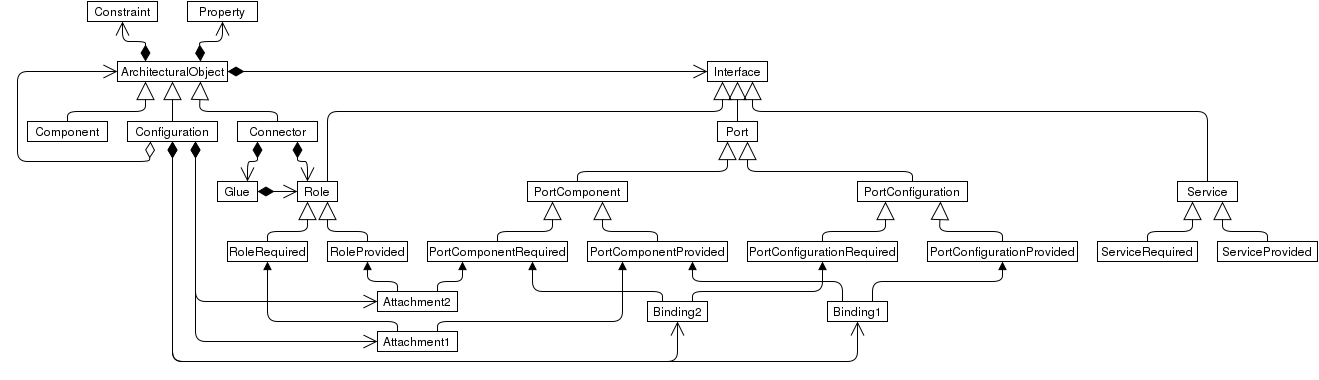
Giraudux/EnFoLa keeps this draw.io diagram as doc/M2.png. Above is the earlier version. Source tidied: cells renumbered, new cells last; positions are measured from the earlier drawing's top-left corner, leaving out a move shared by most shapes.
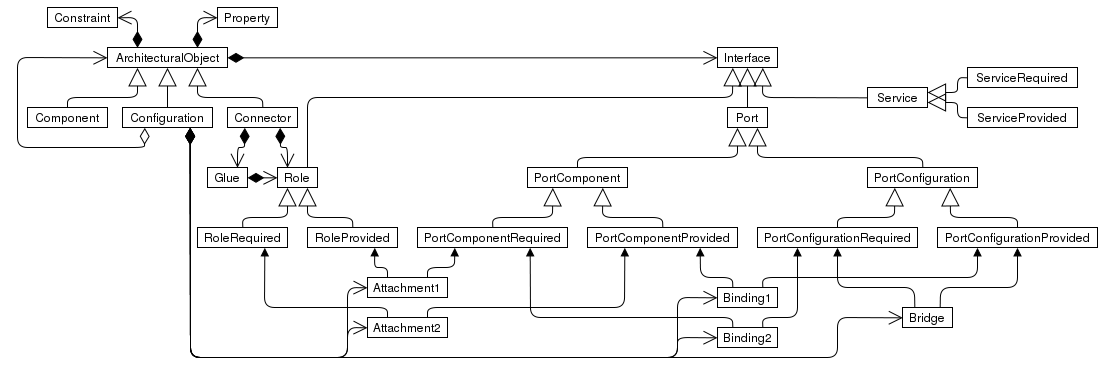
The same file after the commit.

Commit message:
update M2 diagram (add Bridge)

Change to the diagram source:
```diff
@@ -5,21 +5,21 @@
     <mxCell id="2" value="ArchitecturalObject&lt;br&gt;" style="html=1;" parent="1" vertex="1">
-      <mxGeometry x="100" y="60" width="110" height="20" as="geometry" />
+      <mxGeometry x="100" y="60" width="120" height="20" as="geometry" />
     </mxCell>
     <mxCell id="3" value="Component&lt;br&gt;" style="html=1;" parent="1" vertex="1">
-      <mxGeometry x="10" y="120" width="80" height="20" as="geometry" />
+      <mxGeometry x="20" y="120" width="80" height="20" as="geometry" />
     </mxCell>
     <mxCell id="4" value="Connector&lt;br&gt;" style="html=1;" parent="1" vertex="1">
-      <mxGeometry x="220" y="120" width="80" height="20" as="geometry" />
+      <mxGeometry x="220" y="120" width="70" height="20" as="geometry" />
     </mxCell>
     <mxCell id="5" value="Property" style="html=1;" parent="1" vertex="1">
-      <mxGeometry x="170" width="70" height="20" as="geometry" />
+      <mxGeometry x="210" y="20" width="60" height="20" as="geometry" />
     </mxCell>
     <mxCell id="6" value="Constraint" style="html=1;" parent="1" vertex="1">
-      <mxGeometry x="70" width="70" height="20" as="geometry" />
+      <mxGeometry x="40" y="20" width="70" height="20" as="geometry" />
     </mxCell>
     <mxCell id="7" value="Configuration&lt;br&gt;" style="html=1;" parent="1" vertex="1">
-      <mxGeometry x="110" y="120" width="90" height="20" as="geometry" />
+      <mxGeometry x="115" y="120" width="90" height="20" as="geometry" />
     </mxCell>
     <mxCell id="8" value="Interface&lt;br&gt;" style="html=1;" parent="1" vertex="1">
-      <mxGeometry x="690" y="60" width="60" height="20" as="geometry" />
+      <mxGeometry x="710" y="60" width="60" height="20" as="geometry" />
     </mxCell>
@@ -29,39 +29,39 @@
     <mxCell id="10" value="Role&lt;br&gt;" style="html=1;" parent="1" vertex="1">
-      <mxGeometry x="280" y="180" width="40" height="20" as="geometry" />
+      <mxGeometry x="270" y="180" width="40" height="20" as="geometry" />
     </mxCell>
     <mxCell id="11" value="RoleRequired" style="html=1;" parent="1" vertex="1">
-      <mxGeometry x="210" y="240" width="80" height="20" as="geometry" />
+      <mxGeometry x="190" y="240" width="90" height="20" as="geometry" />
     </mxCell>
     <mxCell id="12" value="RoleProvided" style="html=1;" parent="1" vertex="1">
-      <mxGeometry x="310" y="240" width="80" height="20" as="geometry" />
+      <mxGeometry x="300" y="240" width="90" height="20" as="geometry" />
     </mxCell>
     <mxCell id="13" value="Port" style="html=1;" parent="1" vertex="1">
-      <mxGeometry x="700" y="120" width="40" height="20" as="geometry" />
+      <mxGeometry x="720" y="120" width="40" height="20" as="geometry" />
     </mxCell>
     <mxCell id="14" value="PortComponent" style="html=1;" parent="1" vertex="1">
-      <mxGeometry x="510" y="180" width="100" height="20" as="geometry" />
+      <mxGeometry x="520" y="180" width="100" height="20" as="geometry" />
     </mxCell>
     <mxCell id="15" value="PortConfiguration" style="html=1;" parent="1" vertex="1">
-      <mxGeometry x="840" y="180" width="110" height="20" as="geometry" />
+      <mxGeometry x="860" y="180" width="110" height="20" as="geometry" />
     </mxCell>
     <mxCell id="16" value="PortComponentRequired" style="html=1;" parent="1" vertex="1">
-      <mxGeometry x="410" y="240" width="140" height="20" as="geometry" />
+      <mxGeometry x="410" y="240" width="150" height="20" as="geometry" />
     </mxCell>
     <mxCell id="17" value="PortComponentProvided" style="html=1;" parent="1" vertex="1">
-      <mxGeometry x="570" y="240" width="140" height="20" as="geometry" />
+      <mxGeometry x="580" y="240" width="150" height="20" as="geometry" />
     </mxCell>
     <mxCell id="18" value="PortConfigurationRequired" style="html=1;" parent="1" vertex="1">
-      <mxGeometry x="730" y="240" width="150" height="20" as="geometry" />
+      <mxGeometry x="750" y="240" width="160" height="20" as="geometry" />
     </mxCell>
     <mxCell id="19" value="PortConfigurationProvided" style="html=1;" parent="1" vertex="1">
-      <mxGeometry x="910" y="240" width="150" height="20" as="geometry" />
+      <mxGeometry x="930" y="240" width="160" height="20" as="geometry" />
     </mxCell>
     <mxCell id="20" value="Service" style="html=1;" parent="1" vertex="1">
-      <mxGeometry x="1160" y="180" width="60" height="20" as="geometry" />
+      <mxGeometry x="860" y="100" width="60" height="20" as="geometry" />
     </mxCell>
     <mxCell id="21" value="ServiceRequired" style="html=1;" parent="1" vertex="1">
-      <mxGeometry x="1080" y="240" width="100" height="20" as="geometry" />
+      <mxGeometry x="960" y="80" width="110" height="20" as="geometry" />
     </mxCell>
     <mxCell id="22" value="ServiceProvided" style="html=1;" parent="1" vertex="1">
-      <mxGeometry x="1200" y="240" width="100" height="20" as="geometry" />
+      <mxGeometry x="960" y="120" width="110" height="20" as="geometry" />
     </mxCell>
@@ -70,4 +70,4 @@
         <Array as="points">
-          <mxPoint x="50" y="110" />
-          <mxPoint x="128" y="110" />
+          <mxPoint x="60" y="110" />
+          <mxPoint x="130" y="110" />
         </Array>
@@ -78,4 +78,4 @@
         <Array as="points">
-          <mxPoint x="260" y="110" />
-          <mxPoint x="182" y="110" />
+          <mxPoint x="255" y="110" />
+          <mxPoint x="190" y="110" />
         </Array>
@@ -86,4 +86,4 @@
         <Array as="points">
-          <mxPoint x="310" y="110" />
-          <mxPoint x="705" y="110" />
+          <mxPoint x="300" y="110" />
+          <mxPoint x="725" y="110" />
         </Array>
@@ -94,7 +94,6 @@
     </mxCell>
-    <mxCell id="27" style="endArrow=block;endSize=16;endFill=0;html=1;entryX=0.75;entryY=1;exitX=0.5;exitY=0;" parent="1" edge="1" source="20" target="8">
+    <mxCell id="27" style="endArrow=block;endSize=16;endFill=0;html=1;entryX=0.75;entryY=1;exitX=0;exitY=0.5;" parent="1" edge="1" source="20" target="8">
       <mxGeometry relative="1" as="geometry">
         <Array as="points">
-          <mxPoint x="1190" y="110" />
-          <mxPoint x="735" y="110" />
+          <mxPoint x="755" y="110" />
         </Array>
@@ -105,3 +104,3 @@
         <Array as="points">
-          <mxPoint x="240" y="160" />
+          <mxPoint x="237" y="160" />
           <mxPoint x="230" y="160" />
@@ -113,4 +112,4 @@
         <Array as="points">
+          <mxPoint x="273" y="160" />
           <mxPoint x="280" y="160" />
-          <mxPoint x="290" y="160" />
         </Array>
@@ -124,4 +123,4 @@
         <Array as="points">
-          <mxPoint x="250" y="230" />
-          <mxPoint x="290" y="230" />
+          <mxPoint x="235" y="230" />
+          <mxPoint x="280" y="230" />
         </Array>
@@ -132,4 +131,4 @@
         <Array as="points">
-          <mxPoint x="350" y="230" />
-          <mxPoint x="310" y="230" />
+          <mxPoint x="345" y="230" />
+          <mxPoint x="300" y="230" />
         </Array>
@@ -137,7 +136,7 @@
     </mxCell>
-    <mxCell id="33" style="endArrow=block;endSize=16;endFill=0;html=1;entryX=0.25;entryY=1;exitX=0.5;exitY=0;" parent="1" edge="1" source="21" target="20">
+    <mxCell id="33" style="endArrow=block;endSize=16;endFill=0;html=1;entryX=1;entryY=0.25;exitX=0;exitY=0.5;" parent="1" edge="1" source="21" target="20">
       <mxGeometry relative="1" as="geometry">
         <Array as="points">
-          <mxPoint x="1130" y="230" />
-          <mxPoint x="1175" y="230" />
+          <mxPoint x="950" y="90" />
+          <mxPoint x="950" y="105" />
         </Array>
@@ -145,7 +144,7 @@
     </mxCell>
-    <mxCell id="34" style="endArrow=block;endSize=16;endFill=0;html=1;entryX=0.75;entryY=1;exitX=0.5;exitY=0;" parent="1" edge="1" source="22" target="20">
+    <mxCell id="34" style="endArrow=block;endSize=16;endFill=0;html=1;entryX=1;entryY=0.75;exitX=0;exitY=0.5;" parent="1" edge="1" source="22" target="20">
       <mxGeometry relative="1" as="geometry">
         <Array as="points">
-          <mxPoint x="1250" y="230" />
-          <mxPoint x="1205" y="230" />
+          <mxPoint x="950" y="130" />
+          <mxPoint x="950" y="115" />
         </Array>
@@ -156,4 +155,4 @@
         <Array as="points">
-          <mxPoint x="560" y="170" />
-          <mxPoint x="710" y="170" />
+          <mxPoint x="570" y="170" />
+          <mxPoint x="730" y="170" />
         </Array>
@@ -164,4 +163,4 @@
         <Array as="points">
-          <mxPoint x="895" y="170" />
-          <mxPoint x="730" y="170" />
+          <mxPoint x="915" y="170" />
+          <mxPoint x="750" y="170" />
         </Array>
@@ -172,7 +171,6 @@
     </mxCell>
-    <mxCell id="38" style="endArrow=open;html=1;endSize=12;startArrow=diamondThin;startSize=14;startFill=1;align=left;verticalAlign=bottom;entryX=0.5;entryY=1;exitX=0.75;exitY=0;" parent="1" edge="1" source="2" target="5">
+    <mxCell id="38" style="endArrow=open;html=1;endSize=12;startArrow=diamondThin;startSize=14;startFill=1;align=left;verticalAlign=bottom;entryX=0;entryY=0.5;exitX=0.75;exitY=0;" parent="1" edge="1" source="2" target="5">
       <mxGeometry x="-1" y="3" relative="1" as="geometry">
         <Array as="points">
-          <mxPoint x="182" y="40" />
-          <mxPoint x="205" y="40" />
+          <mxPoint x="190" y="30" />
         </Array>
@@ -180,7 +178,6 @@
     </mxCell>
-    <mxCell id="39" style="endArrow=open;html=1;endSize=12;startArrow=diamondThin;startSize=14;startFill=1;align=left;verticalAlign=bottom;entryX=0.5;entryY=1;exitX=0.25;exitY=0;" parent="1" edge="1" source="2" target="6">
+    <mxCell id="39" style="endArrow=open;html=1;endSize=12;startArrow=diamondThin;startSize=14;startFill=1;align=left;verticalAlign=bottom;entryX=1;entryY=0.5;exitX=0.25;exitY=0;" parent="1" edge="1" source="2" target="6">
       <mxGeometry x="-1" y="3" relative="1" as="geometry">
         <Array as="points">
-          <mxPoint x="128" y="40" />
-          <mxPoint x="105" y="40" />
+          <mxPoint x="130" y="30" />
         </Array>
@@ -188,10 +185,10 @@
     </mxCell>
-    <mxCell id="40" value="Attachment1" style="html=1;" parent="1" vertex="1">
+    <mxCell id="40" value="Attachment2" style="html=1;" parent="1" vertex="1">
       <mxGeometry x="360" y="330" width="80" height="20" as="geometry" />
     </mxCell>
-    <mxCell id="41" style="html=1;verticalAlign=bottom;endArrow=block;exitX=0.75;exitY=0;entryX=0.5;entryY=1;" parent="1" edge="1" source="58" target="18">
+    <mxCell id="41" style="html=1;verticalAlign=bottom;endArrow=block;exitX=0.75;exitY=0;entryX=0.25;entryY=1;" parent="1" edge="1" source="58" target="18">
       <mxGeometry x="1" y="-758" relative="1" as="geometry">
         <Array as="points">
-          <mxPoint x="675" y="290" />
-          <mxPoint x="805" y="290" />
+          <mxPoint x="755" y="330" />
+          <mxPoint x="790" y="330" />
         </Array>
@@ -204,3 +201,3 @@
           <mxPoint x="420" y="280" />
-          <mxPoint x="445" y="280" />
+          <mxPoint x="447" y="280" />
         </Array>
@@ -209,3 +206,3 @@
     </mxCell>
-    <mxCell id="43" style="html=1;verticalAlign=bottom;endArrow=block;exitX=0.25;exitY=0;entryX=0.5;entryY=1;" parent="1" edge="1" source="59" target="12">
+    <mxCell id="43" style="html=1;verticalAlign=bottom;endArrow=block;exitX=0.25;exitY=0;entryX=0.75;entryY=1;" parent="1" edge="1" source="59" target="12">
       <mxGeometry x="-170" y="90" as="geometry">
@@ -213,3 +210,3 @@
           <mxPoint x="380" y="280" />
-          <mxPoint x="350" y="280" />
+          <mxPoint x="367" y="280" />
         </Array>
@@ -222,3 +219,3 @@
           <mxPoint x="420" y="320" />
-          <mxPoint x="605" y="320" />
+          <mxPoint x="617" y="320" />
         </Array>
@@ -227,3 +224,3 @@
     </mxCell>
-    <mxCell id="45" style="html=1;verticalAlign=bottom;endArrow=block;exitX=0.25;exitY=0;entryX=0.5;entryY=1;" parent="1" edge="1" source="40" target="11">
+    <mxCell id="45" style="html=1;verticalAlign=bottom;endArrow=block;exitX=0.25;exitY=0;entryX=0.75;entryY=1;" parent="1" edge="1" source="40" target="11">
       <mxGeometry x="440" y="560" as="geometry">
@@ -231,3 +228,3 @@
           <mxPoint x="380" y="320" />
-          <mxPoint x="250" y="320" />
+          <mxPoint x="257" y="320" />
         </Array>
@@ -236,5 +233,2 @@
     </mxCell>
-    <mxCell id="46" value="Binding1" style="html=1;" parent="1" vertex="1">
-      <mxGeometry x="810" y="300" width="60" height="20" as="geometry" />
-    </mxCell>
     <mxCell id="47" style="html=1;verticalAlign=bottom;endArrow=block;exitX=0.25;exitY=0;entryX=0.75;entryY=1;" parent="1" edge="1" source="58" target="16">
@@ -242,4 +236,4 @@
         <Array as="points">
-          <mxPoint x="645" y="290" />
-          <mxPoint x="515" y="290" />
+          <mxPoint x="725" y="330" />
+          <mxPoint x="523" y="330" />
         </Array>
@@ -251,4 +245,4 @@
         <Array as="points">
-          <mxPoint x="825" y="280" />
-          <mxPoint x="675" y="280" />
+          <mxPoint x="725" y="290" />
+          <mxPoint x="693" y="290" />
         </Array>
@@ -257,7 +251,7 @@
     </mxCell>
-    <mxCell id="49" style="html=1;verticalAlign=bottom;endArrow=block;exitX=0.75;exitY=0;entryX=0.5;entryY=1;" parent="1" edge="1" source="46" target="19">
+    <mxCell id="49" style="html=1;verticalAlign=bottom;endArrow=block;exitX=0.75;exitY=0;entryX=0.25;entryY=1;" parent="1" edge="1" source="46" target="19">
       <mxGeometry x="999" y="700" as="geometry">
         <Array as="points">
-          <mxPoint x="855" y="280" />
-          <mxPoint x="985" y="280" />
+          <mxPoint x="755" y="290" />
+          <mxPoint x="970" y="290" />
         </Array>
@@ -269,3 +263,5 @@
         <Array as="points">
-          <mxPoint x="178" y="340" />
+          <mxPoint x="183" y="370" />
+          <mxPoint x="340" y="370" />
+          <mxPoint x="340" y="340" />
         </Array>
@@ -273,10 +269,2 @@
     </mxCell>
-    <mxCell id="51" style="endArrow=open;html=1;endSize=12;startArrow=diamondThin;startSize=14;startFill=1;align=left;verticalAlign=bottom;entryX=0.5;entryY=1;exitX=0.5;exitY=1;" parent="1" edge="1" source="7" target="46">
-      <mxGeometry x="160" y="630" as="geometry">
-        <Array as="points">
-          <mxPoint x="155" y="360" />
-          <mxPoint x="840" y="360" />
-        </Array>
-      </mxGeometry>
-    </mxCell>
     <mxCell id="52" style="endArrow=block;endSize=16;endFill=0;html=1;entryX=0.5;entryY=1;exitX=0.5;exitY=0;" parent="1" edge="1" source="7" target="2">
@@ -287,5 +275,5 @@
         <Array as="points">
-          <mxPoint x="132" y="160" />
-          <mxPoint y="160" />
-          <mxPoint y="70" />
+          <mxPoint x="137" y="160" />
+          <mxPoint x="10" y="160" />
+          <mxPoint x="10" y="70" />
         </Array>
@@ -296,4 +284,4 @@
         <Array as="points">
-          <mxPoint x="480" y="230" />
-          <mxPoint x="535" y="230" />
+          <mxPoint x="485" y="230" />
+          <mxPoint x="545" y="230" />
         </Array>
@@ -304,4 +292,4 @@
         <Array as="points">
-          <mxPoint x="640" y="230" />
-          <mxPoint x="585" y="230" />
+          <mxPoint x="655" y="230" />
+          <mxPoint x="595" y="230" />
         </Array>
@@ -312,4 +300,4 @@
         <Array as="points">
-          <mxPoint x="985" y="230" />
-          <mxPoint x="922" y="230" />
+          <mxPoint x="1010" y="230" />
+          <mxPoint x="943" y="230" />
         </Array>
@@ -320,4 +308,4 @@
         <Array as="points">
-          <mxPoint x="805" y="230" />
-          <mxPoint x="868" y="230" />
+          <mxPoint x="830" y="230" />
+          <mxPoint x="887" y="230" />
         </Array>
@@ -326,5 +314,5 @@
     <mxCell id="58" value="Binding2" style="html=1;" parent="1" vertex="1">
-      <mxGeometry x="630" y="300" width="60" height="20" as="geometry" />
+      <mxGeometry x="710" y="340" width="60" height="20" as="geometry" />
     </mxCell>
-    <mxCell id="59" value="Attachment2" style="html=1;" parent="1" vertex="1">
+    <mxCell id="59" value="Attachment1" style="html=1;" parent="1" vertex="1">
       <mxGeometry x="360" y="290" width="80" height="20" as="geometry" />
@@ -334,3 +322,5 @@
         <Array as="points">
-          <mxPoint x="178" y="300" />
+          <mxPoint x="183" y="370" />
+          <mxPoint x="340" y="370" />
+          <mxPoint x="340" y="300" />
         </Array>
@@ -338,7 +328,49 @@
     </mxCell>
+    <mxCell id="62" value="Bridge&lt;br&gt;" style="html=1;" parent="1" vertex="1">
+      <mxGeometry x="895" y="320" width="50" height="20" as="geometry" />
+    </mxCell>
+    <mxCell id="63" style="html=1;verticalAlign=bottom;endArrow=block;entryX=0.5;entryY=1;exitX=0.25;exitY=0;" parent="1" edge="1" source="62" target="18">
+      <mxGeometry relative="1" as="geometry">
+        <Array as="points">
+          <mxPoint x="907" y="300" />
+          <mxPoint x="863" y="300" />
+          <mxPoint x="830" y="300" />
+        </Array>
+      </mxGeometry>
+    </mxCell>
+    <mxCell id="64" style="html=1;verticalAlign=bottom;endArrow=block;entryX=0.5;entryY=1;exitX=0.75;exitY=0;" parent="1" edge="1" source="62" target="19">
+      <mxGeometry relative="1" as="geometry">
+        <Array as="points">
+          <mxPoint x="933" y="300" />
+          <mxPoint x="1010" y="300" />
+        </Array>
+      </mxGeometry>
+    </mxCell>
+    <mxCell id="46" value="Binding1" style="html=1;" parent="1" vertex="1">
+      <mxGeometry x="710" y="300" width="60" height="20" as="geometry" />
+    </mxCell>
+    <mxCell id="51" style="endArrow=open;html=1;endSize=12;startArrow=diamondThin;startSize=14;startFill=1;align=left;verticalAlign=bottom;entryX=0;entryY=0.5;exitX=0.75;exitY=1;" parent="1" edge="1" source="7" target="46">
+      <mxGeometry x="-1" y="3" relative="1" as="geometry">
+        <Array as="points">
+          <mxPoint x="183" y="370" />
+          <mxPoint x="670" y="370" />
+          <mxPoint x="670" y="310" />
+        </Array>
+      </mxGeometry>
+    </mxCell>
+    <mxCell id="65" style="endArrow=open;html=1;endSize=12;startArrow=diamondThin;startSize=14;startFill=1;align=left;verticalAlign=bottom;exitX=0.75;exitY=1;entryX=0;entryY=0.5;" parent="1" edge="1" source="7" target="62">
+      <mxGeometry x="-1" y="3" relative="1" as="geometry">
+        <Array as="points">
+          <mxPoint x="183" y="370" />
+          <mxPoint x="830" y="370" />
+          <mxPoint x="830" y="330" />
+        </Array>
+      </mxGeometry>
+    </mxCell>
-    <mxCell id="61" style="endArrow=open;html=1;endSize=12;startArrow=diamondThin;startSize=14;startFill=1;align=left;verticalAlign=bottom;exitX=0.5;exitY=1;entryX=0.5;entryY=1;" parent="1" edge="1" source="7" target="58">
-      <mxGeometry x="170" y="640" as="geometry">
+    <mxCell id="61" style="endArrow=open;html=1;endSize=12;startArrow=diamondThin;startSize=14;startFill=1;align=left;verticalAlign=bottom;exitX=0.75;exitY=1;entryX=0;entryY=0.5;" parent="1" edge="1" source="7" target="58">
+      <mxGeometry x="-1" y="3" relative="1" as="geometry">
         <Array as="points">
-          <mxPoint x="155" y="360" />
-          <mxPoint x="660" y="360" />
+          <mxPoint x="183" y="370" />
+          <mxPoint x="670" y="370" />
+          <mxPoint x="670" y="350" />
         </Array>
```
